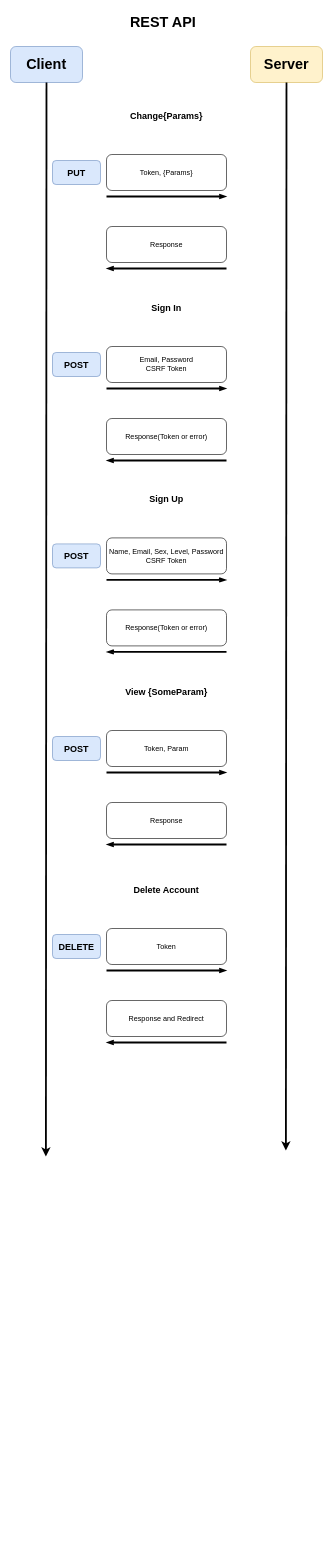
malware8/onelab_homework keeps this draw.io diagram as Untitled Diagram.drawio. Above is the earlier version. Source tidied: cells renumbered, new cells numbered last; positions are measured from the earlier drawing's top-left corner, leaving out a move shared by most shapes. Both pictures are drawn from the tidied source at 60%, with x=0, y=0 at pixel (10, 10).
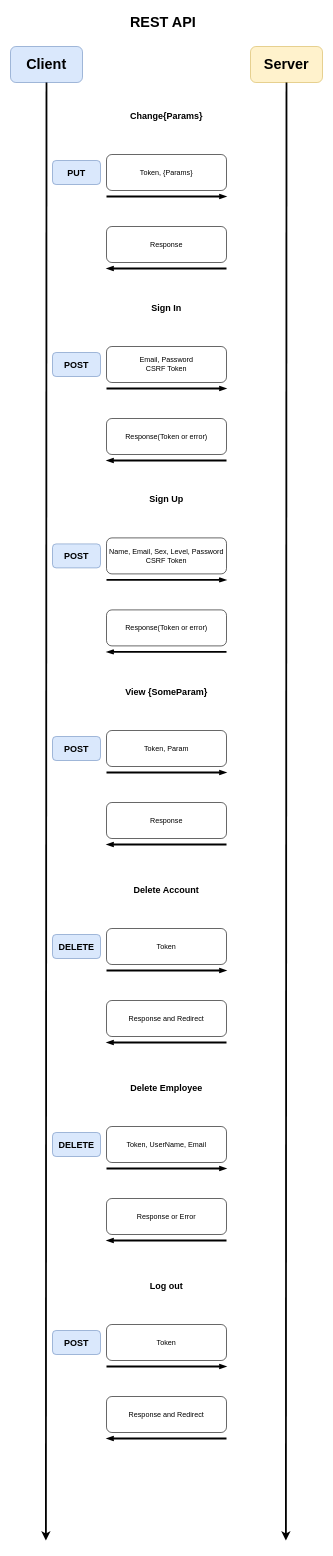
After the change.

The change refers to these unchanged cells:
```xml
<mxCell id="3" value="&lt;h1&gt;Client&lt;/h1&gt;" style="rounded=1;whiteSpace=wrap;html=1;fillColor=#dae8fc;strokeColor=#6c8ebf;" parent="1" vertex="1">
  <mxGeometry y="60" width="120" height="60" as="geometry" />
</mxCell>
<mxCell id="4" value="&lt;h1&gt;Server&lt;/h1&gt;" style="rounded=1;whiteSpace=wrap;html=1;fillColor=#fff2cc;strokeColor=#d6b656;" parent="1" vertex="1">
  <mxGeometry x="400" y="60" width="120" height="60" as="geometry" />
</mxCell>
```

What changed in the source:
```diff
@@
     <mxCell id="5" style="endArrow=classic;html=1;rounded=0;exitX=0.5;exitY=1;exitDx=0;exitDy=0;strokeWidth=3;" parent="1" edge="1" source="3">
       <mxGeometry relative="1" as="geometry">
-        <mxPoint x="59" y="1910" as="targetPoint" />
+        <mxPoint x="59" y="2550" as="targetPoint" />
       </mxGeometry>
     </mxCell>
     <mxCell id="6" style="endArrow=classic;html=1;rounded=0;exitX=0.5;exitY=1;exitDx=0;exitDy=0;strokeWidth=3;" parent="1" edge="1" source="4">
       <mxGeometry relative="1" as="geometry">
-        <mxPoint x="459" y="1900" as="targetPoint" />
+        <mxPoint x="459" y="2550" as="targetPoint" />
       </mxGeometry>
     </mxCell>
@@
+    <mxCell id="37" style="endArrow=openThin;html=1;rounded=0;strokeWidth=3;endFill=0;" parent="1" edge="1">
+      <mxGeometry relative="1" as="geometry">
+        <mxPoint x="160" y="1930" as="sourcePoint" />
+        <mxPoint x="360" y="1930" as="targetPoint" />
+      </mxGeometry>
+    </mxCell>
+    <mxCell id="38" style="endArrow=openThin;html=1;rounded=0;strokeWidth=3;endFill=0;" parent="1" edge="1">
+      <mxGeometry relative="1" as="geometry">
+        <mxPoint x="360" y="2050" as="sourcePoint" />
+        <mxPoint x="160" y="2050" as="targetPoint" />
+      </mxGeometry>
+    </mxCell>
+    <mxCell id="39" value="Token, UserName, Email" style="rounded=1;whiteSpace=wrap;html=1;align=center;" parent="1" vertex="1">
+      <mxGeometry x="160" y="1860" width="200" height="60" as="geometry" />
+    </mxCell>
+    <mxCell id="40" value="Response or Error" style="rounded=1;whiteSpace=wrap;html=1;" parent="1" vertex="1">
+      <mxGeometry x="160" y="1980" width="200" height="60" as="geometry" />
+    </mxCell>
+    <mxCell id="41" value="Delete Employee" style="text;html=1;strokeColor=none;fillColor=none;align=center;verticalAlign=middle;whiteSpace=wrap;rounded=0;fontStyle=1;fontSize=15;rotation=0;" parent="1" vertex="1">
+      <mxGeometry x="160" y="1780" width="200" height="30" as="geometry" />
+    </mxCell>
+    <mxCell id="42" value="DELETE" style="rounded=1;whiteSpace=wrap;html=1;fontSize=15;align=center;fillColor=#dae8fc;strokeColor=#6c8ebf;fontStyle=1;" parent="1" vertex="1">
+      <mxGeometry x="70" y="1870" width="80" height="40" as="geometry" />
+    </mxCell>
+    <mxCell id="43" style="endArrow=openThin;html=1;rounded=0;strokeWidth=3;endFill=0;" parent="1" edge="1">
+      <mxGeometry relative="1" as="geometry">
+        <mxPoint x="160" y="2260" as="sourcePoint" />
+        <mxPoint x="360" y="2260" as="targetPoint" />
+      </mxGeometry>
+    </mxCell>
+    <mxCell id="44" style="endArrow=openThin;html=1;rounded=0;strokeWidth=3;endFill=0;" parent="1" edge="1">
+      <mxGeometry relative="1" as="geometry">
+        <mxPoint x="360" y="2380" as="sourcePoint" />
+        <mxPoint x="160" y="2380" as="targetPoint" />
+      </mxGeometry>
+    </mxCell>
+    <mxCell id="45" value="Token" style="rounded=1;whiteSpace=wrap;html=1;align=center;" parent="1" vertex="1">
+      <mxGeometry x="160" y="2190" width="200" height="60" as="geometry" />
+    </mxCell>
+    <mxCell id="46" value="Response and Redirect" style="rounded=1;whiteSpace=wrap;html=1;" parent="1" vertex="1">
+      <mxGeometry x="160" y="2310" width="200" height="60" as="geometry" />
+    </mxCell>
+    <mxCell id="47" value="Log out" style="text;html=1;strokeColor=none;fillColor=none;align=center;verticalAlign=middle;whiteSpace=wrap;rounded=0;fontStyle=1;fontSize=15;rotation=0;" parent="1" vertex="1">
+      <mxGeometry x="160" y="2110" width="200" height="30" as="geometry" />
+    </mxCell>
+    <mxCell id="48" value="POST" style="rounded=1;whiteSpace=wrap;html=1;fontSize=15;align=center;fillColor=#dae8fc;strokeColor=#6c8ebf;fontStyle=1;" parent="1" vertex="1">
+      <mxGeometry x="70" y="2200" width="80" height="40" as="geometry" />
+    </mxCell>
```
